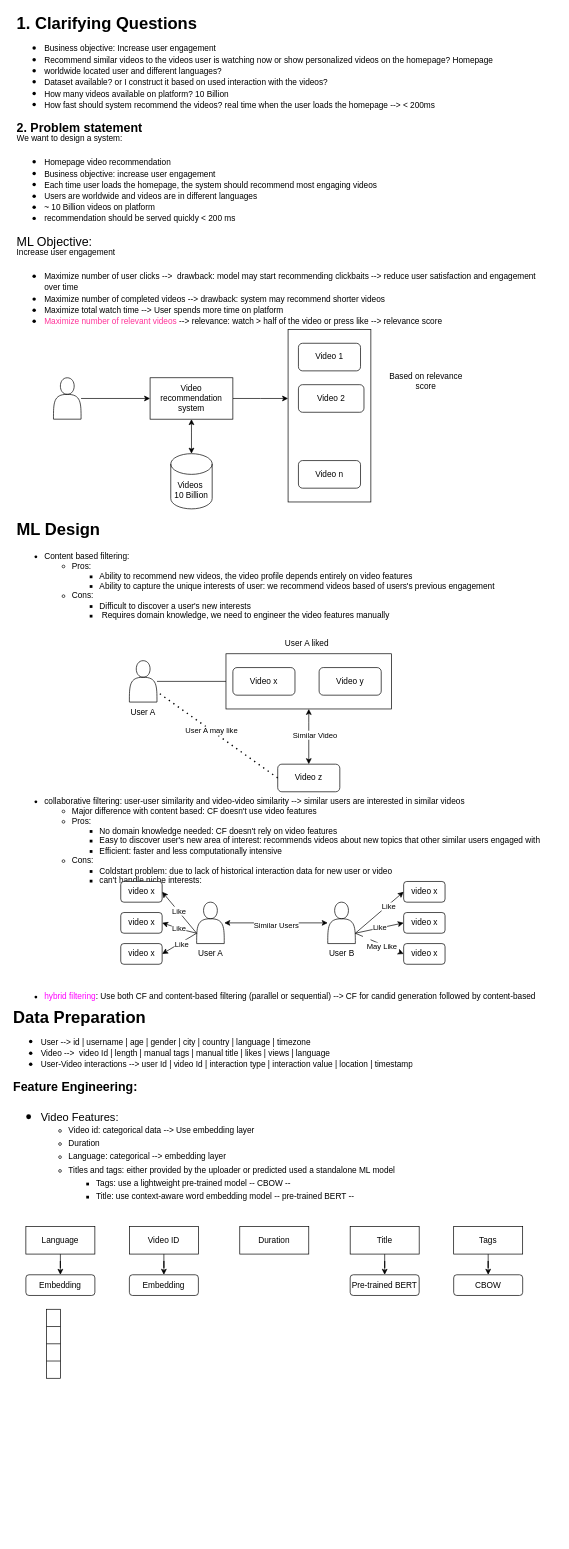
This is Untitled Diagram.drawio from SanazBehbahani/ML-System-Design, a draw.io file, before an edit. Source tidied: cells renumbered, new cells numbered last; positions are measured from the earlier drawing's top-left corner, leaving out a move shared by most shapes. Both pictures are drawn from the tidied source at 69%, with x=0, y=0 at pixel (12, 12).
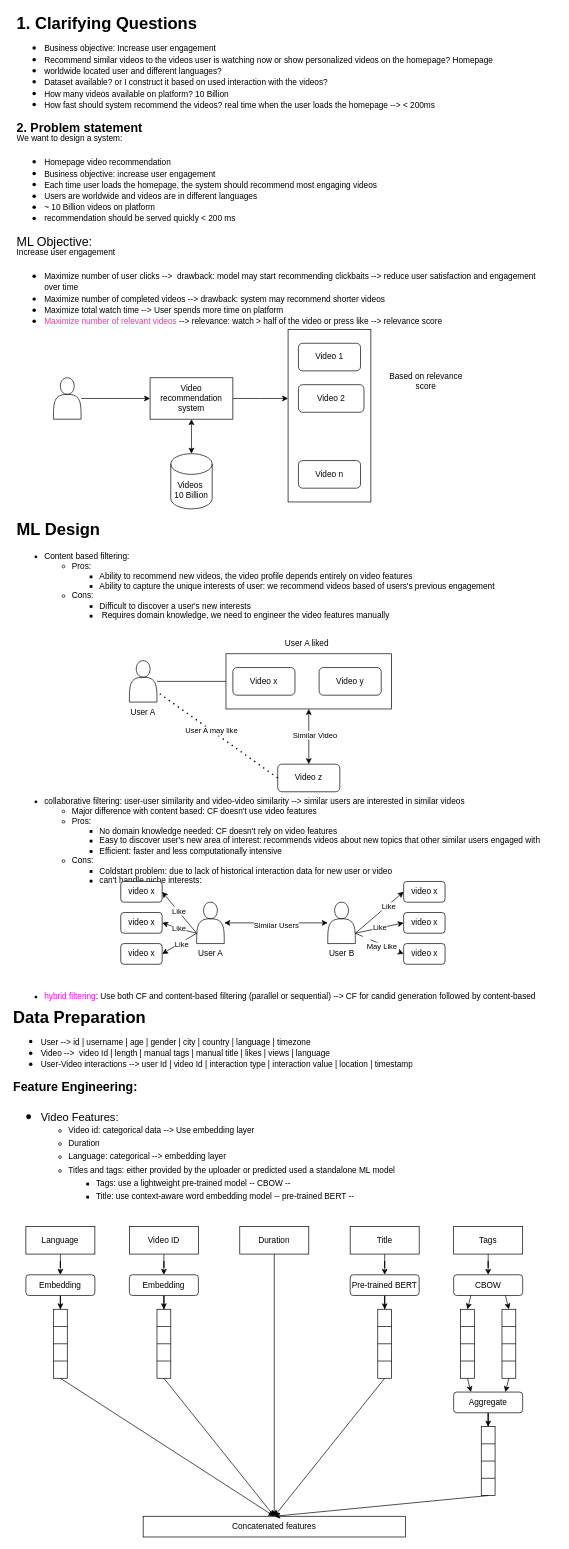
The same diagram, later.

The edit, as a diff of the source:
```diff
@@
+    <mxCell id="72" style="group;" parent="1" vertex="1">
+      <mxGeometry x="20" y="1760" width="720" height="450" as="geometry" />
+    </mxCell>
-    <mxCell id="54" style="edgeStyle=orthogonalEdgeStyle;rounded=0;jettySize=auto;html=1;" parent="1" edge="1" source="55" target="63">
+    <mxCell id="54" style="edgeStyle=orthogonalEdgeStyle;rounded=0;jettySize=auto;html=1;" parent="72" edge="1" source="55" target="63">
       <mxGeometry relative="1" as="geometry" />
     </mxCell>
-    <mxCell id="55" value="Language" style="rounded=0;whiteSpace=wrap;html=1;" parent="1" vertex="1">
-      <mxGeometry x="20" y="1760" width="100" height="40" as="geometry" />
+    <mxCell id="55" value="Language" style="rounded=0;whiteSpace=wrap;html=1;" parent="72" vertex="1">
+      <mxGeometry width="100" height="40" as="geometry" />
     </mxCell>
-    <mxCell id="56" style="edgeStyle=orthogonalEdgeStyle;rounded=0;jettySize=auto;html=1;" parent="1" edge="1" source="57" target="65">
+    <mxCell id="56" style="edgeStyle=orthogonalEdgeStyle;rounded=0;jettySize=auto;html=1;" parent="72" edge="1" source="57" target="65">
       <mxGeometry relative="1" as="geometry" />
     </mxCell>
-    <mxCell id="57" value="Video ID" style="rounded=0;whiteSpace=wrap;html=1;" parent="1" vertex="1">
-      <mxGeometry x="170" y="1760" width="100" height="40" as="geometry" />
+    <mxCell id="57" value="Video ID" style="rounded=0;whiteSpace=wrap;html=1;" parent="72" vertex="1">
+      <mxGeometry x="150" width="100" height="40" as="geometry" />
     </mxCell>
-    <mxCell id="58" value="Duration" style="rounded=0;whiteSpace=wrap;html=1;" parent="1" vertex="1">
-      <mxGeometry x="330" y="1760" width="100" height="40" as="geometry" />
+    <mxCell id="58" value="Duration" style="rounded=0;whiteSpace=wrap;html=1;" parent="72" vertex="1">
+      <mxGeometry x="310" width="100" height="40" as="geometry" />
     </mxCell>
-    <mxCell id="59" style="edgeStyle=orthogonalEdgeStyle;rounded=0;jettySize=auto;html=1;" parent="1" edge="1" source="60" target="64">
+    <mxCell id="59" style="edgeStyle=orthogonalEdgeStyle;rounded=0;jettySize=auto;html=1;" parent="72" edge="1" source="60" target="64">
       <mxGeometry relative="1" as="geometry" />
     </mxCell>
-    <mxCell id="60" value="Title" style="rounded=0;whiteSpace=wrap;html=1;" parent="1" vertex="1">
-      <mxGeometry x="490" y="1760" width="100" height="40" as="geometry" />
+    <mxCell id="60" value="Title" style="rounded=0;whiteSpace=wrap;html=1;" parent="72" vertex="1">
+      <mxGeometry x="470" width="100" height="40" as="geometry" />
     </mxCell>
-    <mxCell id="61" style="edgeStyle=orthogonalEdgeStyle;rounded=0;jettySize=auto;html=1;" parent="1" edge="1" source="62" target="66">
+    <mxCell id="61" style="edgeStyle=orthogonalEdgeStyle;rounded=0;jettySize=auto;html=1;" parent="72" edge="1" source="62" target="66">
       <mxGeometry relative="1" as="geometry" />
     </mxCell>
-    <mxCell id="62" value="Tags" style="rounded=0;whiteSpace=wrap;html=1;" parent="1" vertex="1">
-      <mxGeometry x="640" y="1760" width="100" height="40" as="geometry" />
+    <mxCell id="62" value="Tags" style="rounded=0;whiteSpace=wrap;html=1;" parent="72" vertex="1">
+      <mxGeometry x="620" width="100" height="40" as="geometry" />
     </mxCell>
+    <mxCell id="73" style="edgeStyle=orthogonalEdgeStyle;rounded=0;jettySize=auto;html=1;" parent="72" edge="1" source="63" target="68">
+      <mxGeometry relative="1" as="geometry" />
+    </mxCell>
-    <mxCell id="63" value="Embedding" style="rounded=1;whiteSpace=wrap;html=1;" parent="1" vertex="1">
-      <mxGeometry x="20" y="1830" width="100" height="30" as="geometry" />
+    <mxCell id="63" value="Embedding" style="rounded=1;whiteSpace=wrap;html=1;" parent="72" vertex="1">
+      <mxGeometry y="70" width="100" height="30" as="geometry" />
     </mxCell>
+    <mxCell id="74" style="edgeStyle=orthogonalEdgeStyle;rounded=0;jettySize=auto;html=1;" parent="72" edge="1" source="64" target="82">
+      <mxGeometry relative="1" as="geometry" />
+    </mxCell>
-    <mxCell id="64" value="Pre-trained BERT" style="rounded=1;whiteSpace=wrap;html=1;" parent="1" vertex="1">
-      <mxGeometry x="490" y="1830" width="100" height="30" as="geometry" />
+    <mxCell id="64" value="Pre-trained BERT" style="rounded=1;whiteSpace=wrap;html=1;" parent="72" vertex="1">
+      <mxGeometry x="470" y="70" width="100" height="30" as="geometry" />
     </mxCell>
+    <mxCell id="75" style="edgeStyle=orthogonalEdgeStyle;rounded=0;jettySize=auto;html=1;" parent="72" edge="1" source="65" target="77">
+      <mxGeometry relative="1" as="geometry" />
+    </mxCell>
-    <mxCell id="65" value="Embedding" style="rounded=1;whiteSpace=wrap;html=1;" parent="1" vertex="1">
-      <mxGeometry x="170" y="1830" width="100" height="30" as="geometry" />
+    <mxCell id="65" value="Embedding" style="rounded=1;whiteSpace=wrap;html=1;" parent="72" vertex="1">
+      <mxGeometry x="150" y="70" width="100" height="30" as="geometry" />
     </mxCell>
-    <mxCell id="66" value="CBOW" style="rounded=1;whiteSpace=wrap;html=1;" parent="1" vertex="1">
-      <mxGeometry x="640" y="1830" width="100" height="30" as="geometry" />
+    <mxCell id="66" value="CBOW" style="rounded=1;whiteSpace=wrap;html=1;" parent="72" vertex="1">
+      <mxGeometry x="620" y="70" width="100" height="30" as="geometry" />
     </mxCell>
-    <mxCell id="67" style="group;" parent="1" vertex="1">
-      <mxGeometry x="50" y="1880" width="20" height="100" as="geometry" />
+    <mxCell id="67" style="group;" parent="72" vertex="1">
+      <mxGeometry x="30" y="120" width="20" height="100" as="geometry" />
     </mxCell>
     <mxCell id="68" style="rounded=0;whiteSpace=wrap;html=1;" parent="67" vertex="1">
-      <mxGeometry width="20" height="100" as="geometry" />
+      <mxGeometry x="10" width="20" height="100" as="geometry" />
     </mxCell>
@@
+    <mxCell id="76" style="group;" parent="72" vertex="1">
+      <mxGeometry x="190" y="120" width="20" height="100" as="geometry" />
+    </mxCell>
+    <mxCell id="77" style="rounded=0;whiteSpace=wrap;html=1;" parent="76" vertex="1">
+      <mxGeometry width="20" height="100" as="geometry" />
+    </mxCell>
+    <mxCell id="78" style="endArrow=none;html=1;rounded=0;exitX=0;exitY=0.25;exitDx=0;exitDy=0;entryX=1;entryY=0.25;entryDx=0;entryDy=0;" parent="76" edge="1" source="77" target="77">
+      <mxGeometry relative="1" as="geometry" />
+    </mxCell>
+    <mxCell id="79" style="endArrow=none;html=1;rounded=0;exitX=0;exitY=0.5;exitDx=0;exitDy=0;entryX=1;entryY=0.5;entryDx=0;entryDy=0;" parent="76" edge="1" source="77" target="77">
+      <mxGeometry relative="1" as="geometry" />
+    </mxCell>
+    <mxCell id="80" style="endArrow=none;html=1;rounded=0;exitX=0;exitY=0.75;exitDx=0;exitDy=0;entryX=1;entryY=0.75;entryDx=0;entryDy=0;" parent="76" edge="1" source="77" target="77">
+      <mxGeometry relative="1" as="geometry" />
+    </mxCell>
+    <mxCell id="81" style="group;" parent="72" vertex="1">
+      <mxGeometry x="510" y="120" width="20" height="100" as="geometry" />
+    </mxCell>
+    <mxCell id="82" style="rounded=0;whiteSpace=wrap;html=1;" parent="81" vertex="1">
+      <mxGeometry width="20" height="100" as="geometry" />
+    </mxCell>
+    <mxCell id="83" style="endArrow=none;html=1;rounded=0;exitX=0;exitY=0.25;exitDx=0;exitDy=0;entryX=1;entryY=0.25;entryDx=0;entryDy=0;" parent="81" edge="1" source="82" target="82">
+      <mxGeometry relative="1" as="geometry" />
+    </mxCell>
+    <mxCell id="84" style="endArrow=none;html=1;rounded=0;exitX=0;exitY=0.5;exitDx=0;exitDy=0;entryX=1;entryY=0.5;entryDx=0;entryDy=0;" parent="81" edge="1" source="82" target="82">
+      <mxGeometry relative="1" as="geometry" />
+    </mxCell>
+    <mxCell id="85" style="endArrow=none;html=1;rounded=0;exitX=0;exitY=0.75;exitDx=0;exitDy=0;entryX=1;entryY=0.75;entryDx=0;entryDy=0;" parent="81" edge="1" source="82" target="82">
+      <mxGeometry relative="1" as="geometry" />
+    </mxCell>
+    <mxCell id="86" style="group;" parent="72" vertex="1">
+      <mxGeometry x="630" y="120" width="20" height="100" as="geometry" />
+    </mxCell>
+    <mxCell id="87" style="rounded=0;whiteSpace=wrap;html=1;" parent="86" vertex="1">
+      <mxGeometry width="20" height="100" as="geometry" />
+    </mxCell>
+    <mxCell id="88" style="endArrow=none;html=1;rounded=0;exitX=0;exitY=0.25;exitDx=0;exitDy=0;entryX=1;entryY=0.25;entryDx=0;entryDy=0;" parent="86" edge="1" source="87" target="87">
+      <mxGeometry relative="1" as="geometry" />
+    </mxCell>
+    <mxCell id="89" style="endArrow=none;html=1;rounded=0;exitX=0;exitY=0.5;exitDx=0;exitDy=0;entryX=1;entryY=0.5;entryDx=0;entryDy=0;" parent="86" edge="1" source="87" target="87">
+      <mxGeometry relative="1" as="geometry" />
+    </mxCell>
+    <mxCell id="90" style="endArrow=none;html=1;rounded=0;exitX=0;exitY=0.75;exitDx=0;exitDy=0;entryX=1;entryY=0.75;entryDx=0;entryDy=0;" parent="86" edge="1" source="87" target="87">
+      <mxGeometry relative="1" as="geometry" />
+    </mxCell>
+    <mxCell id="91" style="group;" parent="72" vertex="1">
+      <mxGeometry x="690" y="120" width="20" height="100" as="geometry" />
+    </mxCell>
+    <mxCell id="92" style="rounded=0;whiteSpace=wrap;html=1;" parent="91" vertex="1">
+      <mxGeometry width="20" height="100" as="geometry" />
+    </mxCell>
+    <mxCell id="93" style="endArrow=none;html=1;rounded=0;exitX=0;exitY=0.25;exitDx=0;exitDy=0;entryX=1;entryY=0.25;entryDx=0;entryDy=0;" parent="91" edge="1" source="92" target="92">
+      <mxGeometry relative="1" as="geometry" />
+    </mxCell>
+    <mxCell id="94" style="endArrow=none;html=1;rounded=0;exitX=0;exitY=0.5;exitDx=0;exitDy=0;entryX=1;entryY=0.5;entryDx=0;entryDy=0;" parent="91" edge="1" source="92" target="92">
+      <mxGeometry relative="1" as="geometry" />
+    </mxCell>
+    <mxCell id="95" style="endArrow=none;html=1;rounded=0;exitX=0;exitY=0.75;exitDx=0;exitDy=0;entryX=1;entryY=0.75;entryDx=0;entryDy=0;" parent="91" edge="1" source="92" target="92">
+      <mxGeometry relative="1" as="geometry" />
+    </mxCell>
+    <mxCell id="96" style="edgeStyle=orthogonalEdgeStyle;rounded=0;jettySize=auto;html=1;" parent="72" edge="1" source="97" target="99">
+      <mxGeometry relative="1" as="geometry" />
+    </mxCell>
+    <mxCell id="97" value="Aggregate" style="rounded=1;whiteSpace=wrap;html=1;" parent="72" vertex="1">
+      <mxGeometry x="620" y="240" width="100" height="30" as="geometry" />
+    </mxCell>
+    <mxCell id="98" style="group;" parent="72" vertex="1">
+      <mxGeometry x="660" y="290" width="20" height="100" as="geometry" />
+    </mxCell>
+    <mxCell id="99" style="rounded=0;whiteSpace=wrap;html=1;" parent="98" vertex="1">
+      <mxGeometry width="20" height="100" as="geometry" />
+    </mxCell>
+    <mxCell id="100" style="endArrow=none;html=1;rounded=0;exitX=0;exitY=0.25;exitDx=0;exitDy=0;entryX=1;entryY=0.25;entryDx=0;entryDy=0;" parent="98" edge="1" source="99" target="99">
+      <mxGeometry relative="1" as="geometry" />
+    </mxCell>
+    <mxCell id="101" style="endArrow=none;html=1;rounded=0;exitX=0;exitY=0.5;exitDx=0;exitDy=0;entryX=1;entryY=0.5;entryDx=0;entryDy=0;" parent="98" edge="1" source="99" target="99">
+      <mxGeometry relative="1" as="geometry" />
+    </mxCell>
+    <mxCell id="102" style="endArrow=none;html=1;rounded=0;exitX=0;exitY=0.75;exitDx=0;exitDy=0;entryX=1;entryY=0.75;entryDx=0;entryDy=0;" parent="98" edge="1" source="99" target="99">
+      <mxGeometry relative="1" as="geometry" />
+    </mxCell>
+    <mxCell id="103" style="endArrow=classic;html=1;rounded=0;exitX=0.25;exitY=1;exitDx=0;exitDy=0;entryX=0.5;entryY=0;entryDx=0;entryDy=0;" parent="72" edge="1" source="66" target="87">
+      <mxGeometry relative="1" as="geometry" />
+    </mxCell>
+    <mxCell id="104" style="endArrow=classic;html=1;rounded=0;exitX=0.75;exitY=1;exitDx=0;exitDy=0;entryX=0.5;entryY=0;entryDx=0;entryDy=0;" parent="72" edge="1" source="66" target="92">
+      <mxGeometry relative="1" as="geometry" />
+    </mxCell>
+    <mxCell id="105" style="endArrow=classic;html=1;rounded=0;exitX=0.5;exitY=1;exitDx=0;exitDy=0;entryX=0.25;entryY=0;entryDx=0;entryDy=0;" parent="72" edge="1" source="87" target="97">
+      <mxGeometry relative="1" as="geometry" />
+    </mxCell>
+    <mxCell id="106" style="endArrow=classic;html=1;rounded=0;exitX=0.5;exitY=1;exitDx=0;exitDy=0;entryX=0.75;entryY=0;entryDx=0;entryDy=0;" parent="72" edge="1" source="92" target="97">
+      <mxGeometry relative="1" as="geometry" />
+    </mxCell>
+    <mxCell id="107" value="Concatenated features" style="rounded=0;whiteSpace=wrap;html=1;" parent="72" vertex="1">
+      <mxGeometry x="170" y="420" width="380" height="30" as="geometry" />
+    </mxCell>
+    <mxCell id="108" style="endArrow=classic;html=1;rounded=0;exitX=0.5;exitY=1;exitDx=0;exitDy=0;entryX=0.5;entryY=0;entryDx=0;entryDy=0;" parent="72" edge="1" source="68" target="107">
+      <mxGeometry relative="1" as="geometry" />
+    </mxCell>
+    <mxCell id="109" style="endArrow=classic;html=1;rounded=0;entryX=0.5;entryY=0;entryDx=0;entryDy=0;" parent="72" edge="1" target="107">
+      <mxGeometry relative="1" as="geometry">
+        <mxPoint x="200" y="220" as="sourcePoint" />
+      </mxGeometry>
+    </mxCell>
+    <mxCell id="110" style="endArrow=classic;html=1;rounded=0;exitX=0.5;exitY=1;exitDx=0;exitDy=0;entryX=0.5;entryY=0;entryDx=0;entryDy=0;" parent="72" edge="1" source="58" target="107">
+      <mxGeometry relative="1" as="geometry" />
+    </mxCell>
+    <mxCell id="111" style="endArrow=classic;html=1;rounded=0;entryX=0.5;entryY=0;entryDx=0;entryDy=0;" parent="72" edge="1" target="107">
+      <mxGeometry relative="1" as="geometry">
+        <mxPoint x="520" y="220" as="sourcePoint" />
+      </mxGeometry>
+    </mxCell>
+    <mxCell id="112" style="endArrow=classic;html=1;rounded=0;entryX=0.5;entryY=0;entryDx=0;entryDy=0;" parent="72" edge="1" target="107">
+      <mxGeometry relative="1" as="geometry">
+        <mxPoint x="670" y="390" as="sourcePoint" />
+      </mxGeometry>
+    </mxCell>
```
